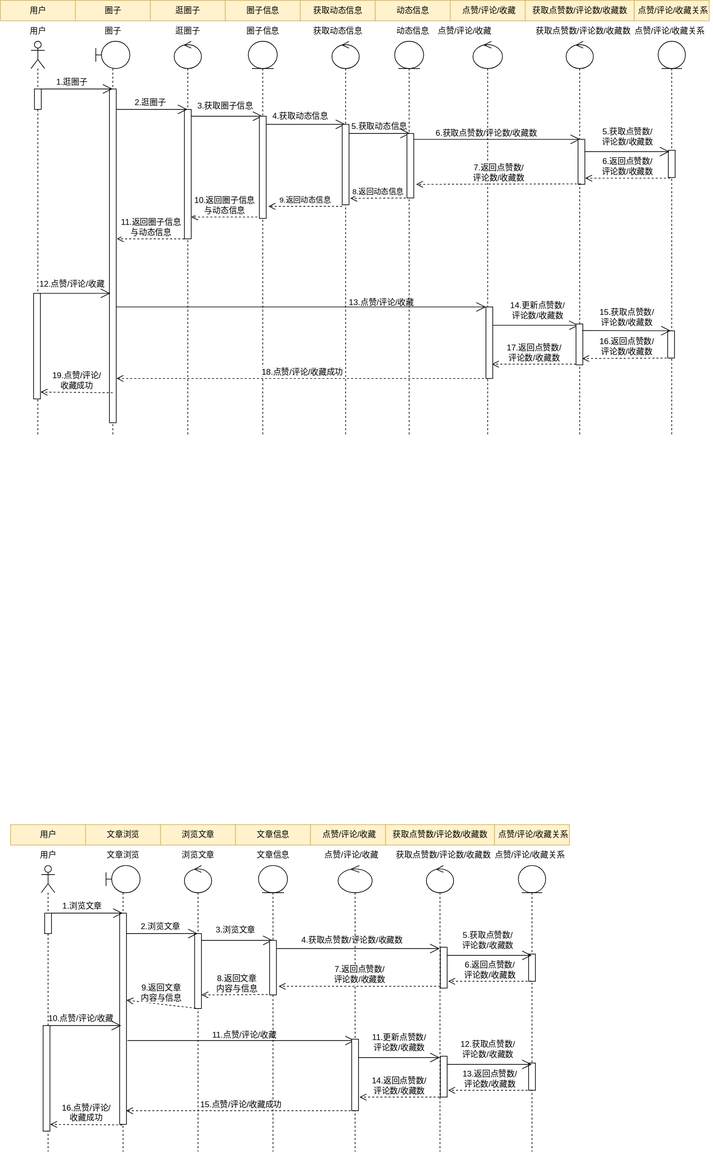
The draw.io diagram 文章浏览序列图.drawio.svg in WuShangMo/SquidGame1, before a commit. Source tidied: cells renumbered, new cells last; positions are measured from the earlier drawing's top-left corner, leaving out a move shared by most shapes.
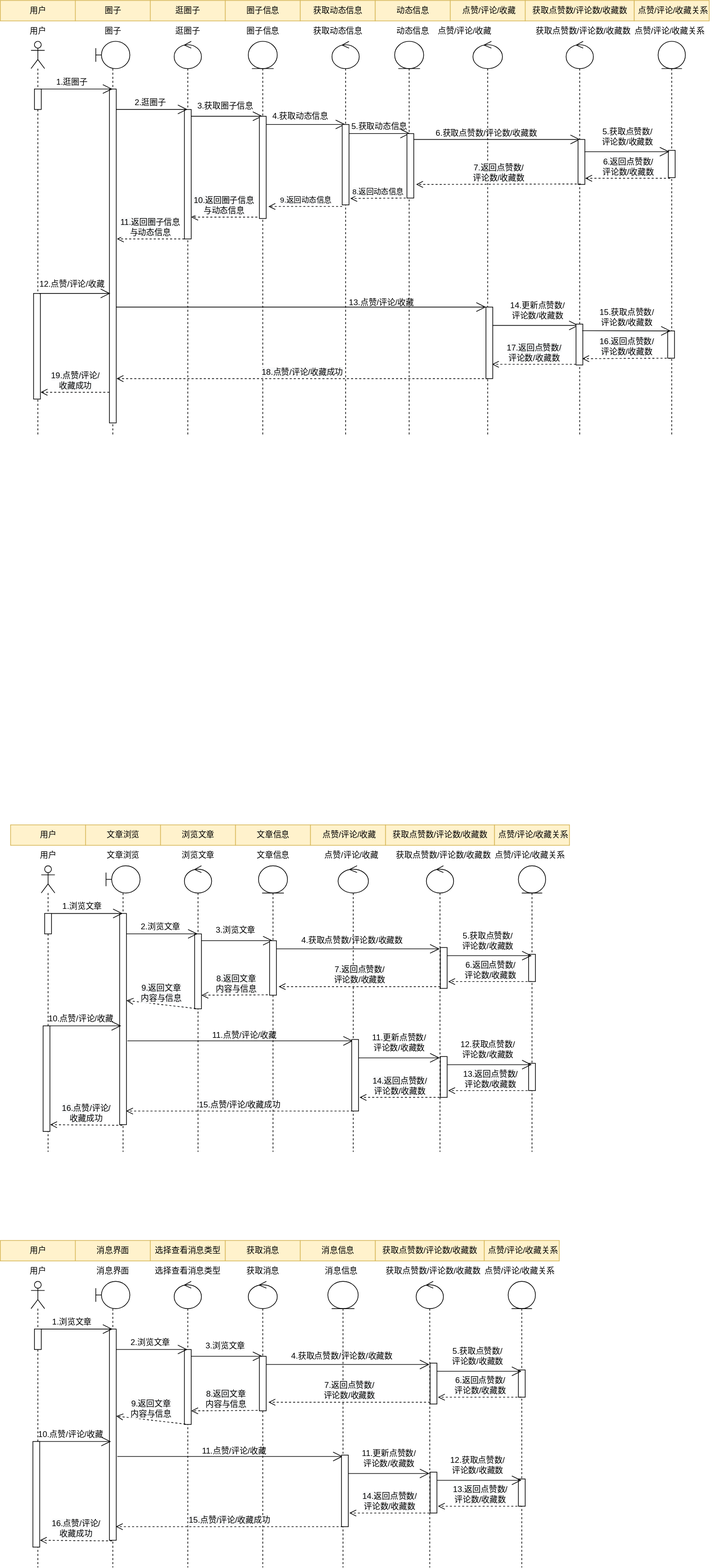
The same diagram one commit later.

Commit message:
更新文章浏览序列图.drawio.svg

Diff of the diagram source:
```diff
@@ -194,7 +194,7 @@
       <mxGeometry x="-81" y="234" width="120" height="30" as="geometry" />
     </mxCell>
     <mxCell id="57" style="shape=umlLifeline;participant=umlControl;perimeter=lifelinePerimeter;whiteSpace=wrap;html=1;verticalAlign=top;spacingTop=36;outlineConnect=0;" parent="1" vertex="1">
-      <mxGeometry x="495.5" y="1270" width="50" height="420" as="geometry" />
+      <mxGeometry x="495.5" y="1270" width="44.5" height="420" as="geometry" />
     </mxCell>
     <mxCell id="58" value="4.获取点赞数/评论数/收藏数" style="text;html=1;align=center;verticalAlign=middle;strokeColor=none;fillColor=none;" parent="57" vertex="1">
       <mxGeometry x="-65" y="95" width="170" height="30" as="geometry" />
@@ -457,9 +457,9 @@
         <mxPoint x="170.5" y="555" as="targetPoint" />
       </mxGeometry>
     </mxCell>
-    <mxCell id="126" value="&lt;span style=&quot;font-size: 12px; background-color: rgb(248, 249, 250);&quot;&gt;19.点赞/评论/&lt;br&gt;收藏成功&lt;/span&gt;" style="html=1;verticalAlign=bottom;endArrow=open;dashed=1;endSize=8;rounded=0;exitX=0.395;exitY=1.003;exitDx=0;exitDy=0;exitPerimeter=0;" parent="1" edge="1">
+    <mxCell id="126" value="&lt;span style=&quot;font-size: 12px; background-color: rgb(248, 249, 250);&quot;&gt;19.点赞/评论/&lt;br&gt;收藏成功&lt;/span&gt;" style="html=1;verticalAlign=bottom;endArrow=open;dashed=1;endSize=8;rounded=0;" parent="1" edge="1">
       <mxGeometry relative="1" as="geometry">
-        <mxPoint x="165" y="575.9" as="sourcePoint" />
+        <mxPoint x="160" y="575" as="sourcePoint" />
         <mxPoint x="59.1" y="575" as="targetPoint" />
       </mxGeometry>
     </mxCell>
@@ -478,5 +478,213 @@
         <mxPoint x="171" y="350" as="targetPoint" />
       </mxGeometry>
     </mxCell>
+    <mxCell id="130" value="用户" style="html=1;fillColor=#fff2cc;strokeColor=#d6b656;" parent="1" vertex="1">
+      <mxGeometry y="1820" width="110" height="30" as="geometry" />
+    </mxCell>
+    <mxCell id="131" value="消息界面" style="html=1;fillColor=#fff2cc;strokeColor=#d6b656;" parent="1" vertex="1">
+      <mxGeometry x="110" y="1820" width="110" height="30" as="geometry" />
+    </mxCell>
+    <mxCell id="132" value="选择查看消息类型" style="html=1;fillColor=#fff2cc;strokeColor=#d6b656;" parent="1" vertex="1">
+      <mxGeometry x="220" y="1820" width="110" height="30" as="geometry" />
+    </mxCell>
+    <mxCell id="133" value="获取消息" style="html=1;fillColor=#fff2cc;strokeColor=#d6b656;" parent="1" vertex="1">
+      <mxGeometry x="330" y="1820" width="110" height="30" as="geometry" />
+    </mxCell>
+    <mxCell id="134" value="获取点赞数/评论数/收藏数" style="html=1;fillColor=#fff2cc;strokeColor=#d6b656;" parent="1" vertex="1">
+      <mxGeometry x="550" y="1820" width="160" height="30" as="geometry" />
+    </mxCell>
+    <mxCell id="135" value="&amp;nbsp;点赞/评论/收藏关系" style="html=1;fillColor=#fff2cc;strokeColor=#d6b656;" parent="1" vertex="1">
+      <mxGeometry x="710" y="1820" width="110" height="30" as="geometry" />
+    </mxCell>
+    <mxCell id="136" value="消息信息" style="html=1;fillColor=#fff2cc;strokeColor=#d6b656;" parent="1" vertex="1">
+      <mxGeometry x="440" y="1820" width="110" height="30" as="geometry" />
+    </mxCell>
+    <mxCell id="137" style="shape=umlLifeline;participant=umlBoundary;perimeter=lifelinePerimeter;whiteSpace=wrap;html=1;verticalAlign=top;spacingTop=36;outlineConnect=0;" parent="1" vertex="1">
+      <mxGeometry x="140" y="1880" width="50" height="420" as="geometry" />
+    </mxCell>
+    <mxCell id="138" style="html=1;points=[];perimeter=orthogonalPerimeter;" parent="137" vertex="1">
+      <mxGeometry x="20" y="70" width="10" height="310" as="geometry" />
+    </mxCell>
+    <mxCell id="139" style="shape=umlLifeline;participant=umlControl;perimeter=lifelinePerimeter;whiteSpace=wrap;html=1;verticalAlign=top;spacingTop=36;" parent="1" vertex="1">
+      <mxGeometry x="255" y="1880" width="40" height="420" as="geometry" />
+    </mxCell>
+    <mxCell id="140" style="html=1;perimeter=orthogonalPerimeter;" parent="139" vertex="1">
+      <mxGeometry x="15" y="100" width="10" height="110" as="geometry" />
+    </mxCell>
+    <mxCell id="141" value="&lt;span style=&quot;font-size: 12px; background-color: rgb(248, 249, 250);&quot;&gt;8.返回文章&lt;br&gt;内容与信息&lt;/span&gt;" style="html=1;verticalAlign=bottom;endArrow=open;dashed=1;endSize=8;rounded=0;exitX=0.333;exitY=0.992;exitDx=0;exitDy=0;exitPerimeter=0;" parent="139" edge="1" source="173">
+      <mxGeometry relative="1" as="geometry">
+        <mxPoint x="25" y="190" as="targetPoint" />
+      </mxGeometry>
+    </mxCell>
+    <mxCell id="142" style="shape=umlLifeline;participant=umlControl;perimeter=lifelinePerimeter;whiteSpace=wrap;html=1;verticalAlign=top;spacingTop=36;" parent="1" vertex="1">
+      <mxGeometry x="363.8" y="1880" width="42.5" height="420" as="geometry" />
+    </mxCell>
+    <mxCell id="143" value="11.点赞/评论/收藏" style="text;html=1;align=center;verticalAlign=middle;strokeColor=none;fillColor=none;" parent="142" vertex="1">
+      <mxGeometry x="-81" y="234" width="120" height="30" as="geometry" />
+    </mxCell>
+    <mxCell id="144" style="shape=umlLifeline;participant=umlEntity;perimeter=lifelinePerimeter;whiteSpace=wrap;html=1;verticalAlign=top;spacingTop=36;outlineConnect=0;" parent="1" vertex="1">
+      <mxGeometry x="480.5" y="1880" width="44.5" height="420" as="geometry" />
+    </mxCell>
+    <mxCell id="145" value="4.获取点赞数/评论数/收藏数" style="text;html=1;align=center;verticalAlign=middle;strokeColor=none;fillColor=none;" parent="144" vertex="1">
+      <mxGeometry x="-65" y="95" width="170" height="30" as="geometry" />
+    </mxCell>
+    <mxCell id="146" style="endArrow=open;endFill=1;endSize=12;html=1;rounded=0;jumpSize=10;" parent="144" edge="1" target="144">
+      <mxGeometry relative="1" as="geometry">
+        <mxPoint x="-309" y="257" as="sourcePoint" />
+      </mxGeometry>
+    </mxCell>
+    <mxCell id="147" style="html=1;points=[];perimeter=orthogonalPerimeter;" parent="144" vertex="1">
+      <mxGeometry x="20" y="255" width="10" height="105" as="geometry" />
+    </mxCell>
+    <mxCell id="148" style="shape=umlLifeline;participant=umlEntity;perimeter=lifelinePerimeter;whiteSpace=wrap;html=1;verticalAlign=top;spacingTop=36;outlineConnect=0;" parent="1" vertex="1">
+      <mxGeometry x="745" y="1880" width="40" height="420" as="geometry" />
+    </mxCell>
+    <mxCell id="149" style="html=1;perimeter=orthogonalPerimeter;" parent="148" vertex="1">
+      <mxGeometry x="15" y="130" width="10" height="40" as="geometry" />
+    </mxCell>
+    <mxCell id="150" style="html=1;perimeter=orthogonalPerimeter;" parent="148" vertex="1">
+      <mxGeometry x="15" y="290" width="10" height="40" as="geometry" />
+    </mxCell>
+    <mxCell id="151" style="endArrow=open;endFill=1;endSize=12;html=1;rounded=0;" parent="148" edge="1" source="147">
+      <mxGeometry relative="1" as="geometry">
+        <mxPoint x="-115.5" y="282" as="targetPoint" />
+      </mxGeometry>
+    </mxCell>
+    <mxCell id="152" style="html=1;perimeter=orthogonalPerimeter;" parent="148" vertex="1">
+      <mxGeometry x="-114.5" y="280" width="10" height="60" as="geometry" />
+    </mxCell>
+    <mxCell id="153" style="endArrow=open;endFill=1;endSize=12;html=1;rounded=0;exitX=1;exitY=0.094;exitDx=0;exitDy=0;exitPerimeter=0;" parent="148" edge="1">
+      <mxGeometry relative="1" as="geometry">
+        <mxPoint x="-104.5" y="292" as="sourcePoint" />
+        <mxPoint x="19.5" y="292" as="targetPoint" />
+      </mxGeometry>
+    </mxCell>
+    <mxCell id="154" value="12.获取点赞数/&lt;br&gt;评论数/收藏数" style="text;html=1;align=center;verticalAlign=middle;strokeColor=none;fillColor=none;" parent="148" vertex="1">
+      <mxGeometry x="-95" y="250" width="100" height="40" as="geometry" />
+    </mxCell>
+    <mxCell id="155" value="&lt;span style=&quot;font-size: 12px; background-color: rgb(248, 249, 250);&quot;&gt;13.返回点赞数/&lt;/span&gt;&lt;br style=&quot;font-size: 12px; background-color: rgb(248, 249, 250);&quot;&gt;&lt;span style=&quot;font-size: 12px; background-color: rgb(248, 249, 250);&quot;&gt;评论数/收藏数&lt;/span&gt;" style="html=1;verticalAlign=bottom;endArrow=open;dashed=1;endSize=8;rounded=0;" parent="148" edge="1">
+      <mxGeometry relative="1" as="geometry">
+        <mxPoint x="19.5" y="330" as="sourcePoint" />
+        <mxPoint x="-103" y="330" as="targetPoint" />
+      </mxGeometry>
+    </mxCell>
+    <mxCell id="156" value="&lt;span style=&quot;font-size: 12px; background-color: rgb(248, 249, 250);&quot;&gt;14.返回点赞数/&lt;/span&gt;&lt;br style=&quot;font-size: 12px; background-color: rgb(248, 249, 250);&quot;&gt;&lt;span style=&quot;font-size: 12px; background-color: rgb(248, 249, 250);&quot;&gt;评论数/收藏数&lt;/span&gt;" style="html=1;verticalAlign=bottom;endArrow=open;dashed=1;endSize=8;rounded=0;" parent="148" edge="1" source="157">
+      <mxGeometry relative="1" as="geometry">
+        <mxPoint x="-233" y="340" as="targetPoint" />
+      </mxGeometry>
+    </mxCell>
+    <mxCell id="157" style="shape=umlLifeline;participant=umlControl;perimeter=lifelinePerimeter;whiteSpace=wrap;html=1;verticalAlign=top;spacingTop=36;outlineConnect=0;" parent="1" vertex="1">
+      <mxGeometry x="610" y="1880" width="40" height="420" as="geometry" />
+    </mxCell>
+    <mxCell id="158" value="消息界面" style="text;html=1;align=center;verticalAlign=middle;strokeColor=none;fillColor=none;" parent="1" vertex="1">
+      <mxGeometry x="130" y="1850" width="70" height="30" as="geometry" />
+    </mxCell>
+    <mxCell id="159" value="选择查看消息类型" style="text;html=1;align=center;verticalAlign=middle;strokeColor=none;fillColor=none;" parent="1" vertex="1">
+      <mxGeometry x="215" y="1850" width="120" height="30" as="geometry" />
+    </mxCell>
+    <mxCell id="160" value="获取消息" style="text;html=1;align=center;verticalAlign=middle;strokeColor=none;fillColor=none;" parent="1" vertex="1">
+      <mxGeometry x="350" y="1850" width="70" height="30" as="geometry" />
+    </mxCell>
+    <mxCell id="161" value="消息信息" style="text;html=1;align=center;verticalAlign=middle;strokeColor=none;fillColor=none;" parent="1" vertex="1">
+      <mxGeometry x="465" y="1850" width="70" height="30" as="geometry" />
+    </mxCell>
+    <mxCell id="162" value="获取点赞数/评论数/收藏数" style="text;html=1;align=center;verticalAlign=middle;strokeColor=none;fillColor=none;" parent="1" vertex="1">
+      <mxGeometry x="555" y="1850" width="160" height="30" as="geometry" />
+    </mxCell>
+    <mxCell id="163" value="&amp;nbsp;点赞/评论/收藏关系" style="text;html=1;align=center;verticalAlign=middle;strokeColor=none;fillColor=none;" parent="1" vertex="1">
+      <mxGeometry x="695" y="1850" width="130" height="30" as="geometry" />
+    </mxCell>
+    <mxCell id="164" style="shape=umlLifeline;participant=umlActor;perimeter=lifelinePerimeter;whiteSpace=wrap;html=1;verticalAlign=top;spacingTop=36;" parent="1" vertex="1">
+      <mxGeometry x="45" y="1880" width="20" height="420" as="geometry" />
+    </mxCell>
+    <mxCell id="165" style="html=1;perimeter=orthogonalPerimeter;" parent="164" vertex="1">
+      <mxGeometry x="5" y="70" width="10" height="30" as="geometry" />
+    </mxCell>
+    <mxCell id="166" value="用户" style="text;html=1;align=center;verticalAlign=middle;strokeColor=none;fillColor=none;" parent="1" vertex="1">
+      <mxGeometry x="30" y="1850" width="50" height="30" as="geometry" />
+    </mxCell>
+    <mxCell id="167" style="endArrow=open;endFill=1;endSize=12;html=1;rounded=0;" parent="1" edge="1" target="137">
+      <mxGeometry relative="1" as="geometry">
+        <mxPoint x="60" y="1950" as="sourcePoint" />
+      </mxGeometry>
+    </mxCell>
+    <mxCell id="168" value="1.浏览文章" style="text;html=1;align=center;verticalAlign=middle;strokeColor=none;fillColor=none;" parent="1" vertex="1">
+      <mxGeometry x="65" y="1925" width="80" height="30" as="geometry" />
+    </mxCell>
+    <mxCell id="169" style="endArrow=open;endFill=1;endSize=12;html=1;rounded=0;exitX=1;exitY=0.094;exitDx=0;exitDy=0;exitPerimeter=0;" parent="1" edge="1">
+      <mxGeometry relative="1" as="geometry">
+        <mxPoint x="170" y="1980" as="sourcePoint" />
+        <mxPoint x="274.5" y="1980" as="targetPoint" />
+      </mxGeometry>
+    </mxCell>
+    <mxCell id="170" value="2.浏览文章" style="text;html=1;align=center;verticalAlign=middle;strokeColor=none;fillColor=none;" parent="1" vertex="1">
+      <mxGeometry x="180" y="1955" width="80" height="30" as="geometry" />
+    </mxCell>
+    <mxCell id="171" style="endArrow=open;endFill=1;endSize=12;html=1;rounded=0;exitX=1;exitY=0.094;exitDx=0;exitDy=0;exitPerimeter=0;" parent="1" edge="1">
+      <mxGeometry relative="1" as="geometry">
+        <mxPoint x="280" y="1990" as="sourcePoint" />
+        <mxPoint x="384.5" y="1990" as="targetPoint" />
+      </mxGeometry>
+    </mxCell>
+    <mxCell id="172" value="3.浏览文章" style="text;html=1;align=center;verticalAlign=middle;strokeColor=none;fillColor=none;" parent="1" vertex="1">
+      <mxGeometry x="290" y="1960" width="80" height="30" as="geometry" />
+    </mxCell>
+    <mxCell id="173" style="html=1;points=[];perimeter=orthogonalPerimeter;" parent="1" vertex="1">
+      <mxGeometry x="380" y="1990" width="10" height="80" as="geometry" />
+    </mxCell>
+    <mxCell id="174" style="endArrow=open;endFill=1;endSize=12;html=1;rounded=0;exitX=1;exitY=0.094;exitDx=0;exitDy=0;exitPerimeter=0;" parent="1" edge="1" target="157">
+      <mxGeometry relative="1" as="geometry">
+        <mxPoint x="390" y="2002" as="sourcePoint" />
+      </mxGeometry>
+    </mxCell>
+    <mxCell id="175" style="html=1;points=[];perimeter=orthogonalPerimeter;" parent="1" vertex="1">
+      <mxGeometry x="630.5" y="2000" width="10" height="60" as="geometry" />
+    </mxCell>
+    <mxCell id="176" style="endArrow=open;endFill=1;endSize=12;html=1;rounded=0;exitX=1;exitY=0.094;exitDx=0;exitDy=0;exitPerimeter=0;" parent="1" edge="1" target="148">
+      <mxGeometry relative="1" as="geometry">
+        <mxPoint x="640.5" y="2012" as="sourcePoint" />
+      </mxGeometry>
+    </mxCell>
+    <mxCell id="177" value="5.获取点赞数/&lt;br&gt;评论数/收藏数" style="text;html=1;align=center;verticalAlign=middle;strokeColor=none;fillColor=none;" parent="1" vertex="1">
+      <mxGeometry x="650" y="1970" width="100" height="40" as="geometry" />
+    </mxCell>
+    <mxCell id="178" value="&lt;span style=&quot;font-size: 12px; background-color: rgb(248, 249, 250);&quot;&gt;6.返回点赞数/&lt;/span&gt;&lt;br style=&quot;font-size: 12px; background-color: rgb(248, 249, 250);&quot;&gt;&lt;span style=&quot;font-size: 12px; background-color: rgb(248, 249, 250);&quot;&gt;评论数/收藏数&lt;/span&gt;" style="html=1;verticalAlign=bottom;endArrow=open;dashed=1;endSize=8;rounded=0;" parent="1" edge="1" source="148">
+      <mxGeometry relative="1" as="geometry">
+        <mxPoint x="642" y="2050" as="targetPoint" />
+      </mxGeometry>
+    </mxCell>
+    <mxCell id="179" value="&lt;span style=&quot;font-size: 12px; background-color: rgb(248, 249, 250);&quot;&gt;7.返回点赞数/&lt;/span&gt;&lt;br style=&quot;font-size: 12px; background-color: rgb(248, 249, 250);&quot;&gt;&lt;span style=&quot;font-size: 12px; background-color: rgb(248, 249, 250);&quot;&gt;评论数/收藏数&lt;/span&gt;" style="html=1;verticalAlign=bottom;endArrow=open;dashed=1;endSize=8;rounded=0;entryX=1.333;entryY=0.842;entryDx=0;entryDy=0;entryPerimeter=0;" parent="1" edge="1" source="175" target="173">
+      <mxGeometry relative="1" as="geometry" />
+    </mxCell>
+    <mxCell id="180" value="&lt;span style=&quot;font-size: 12px; background-color: rgb(248, 249, 250);&quot;&gt;9.返回文章&lt;br&gt;内容与信息&lt;/span&gt;" style="html=1;verticalAlign=bottom;endArrow=open;dashed=1;endSize=8;rounded=0;exitX=0.333;exitY=0.992;exitDx=0;exitDy=0;exitPerimeter=0;entryX=1;entryY=0.412;entryDx=0;entryDy=0;entryPerimeter=0;" parent="1" edge="1" target="138">
+      <mxGeometry relative="1" as="geometry">
+        <mxPoint x="271.7" y="2089.5" as="sourcePoint" />
+      </mxGeometry>
+    </mxCell>
+    <mxCell id="181" style="html=1;perimeter=orthogonalPerimeter;" parent="1" vertex="1">
+      <mxGeometry x="47.8" y="2115" width="10" height="155" as="geometry" />
+    </mxCell>
+    <mxCell id="182" style="endArrow=open;endFill=1;endSize=12;html=1;rounded=0;" parent="1" edge="1">
+      <mxGeometry relative="1" as="geometry">
+        <mxPoint x="57.8" y="2115" as="sourcePoint" />
+        <mxPoint x="162.2" y="2115" as="targetPoint" />
+      </mxGeometry>
+    </mxCell>
+    <mxCell id="183" value="10.点赞/评论/收藏" style="text;html=1;align=center;verticalAlign=middle;strokeColor=none;fillColor=none;" parent="1" vertex="1">
+      <mxGeometry x="42.8" y="2090" width="120" height="30" as="geometry" />
+    </mxCell>
+    <mxCell id="184" value="11.更新点赞数/&lt;br&gt;评论数/收藏数" style="text;html=1;align=center;verticalAlign=middle;strokeColor=none;fillColor=none;" parent="1" vertex="1">
+      <mxGeometry x="520" y="2120" width="100" height="40" as="geometry" />
+    </mxCell>
+    <mxCell id="185" value="&lt;span style=&quot;font-size: 12px; background-color: rgb(248, 249, 250);&quot;&gt;15.点赞/评论/收藏成功&lt;/span&gt;" style="html=1;verticalAlign=bottom;endArrow=open;dashed=1;endSize=8;rounded=0;" parent="1" edge="1" source="144">
+      <mxGeometry relative="1" as="geometry">
+        <mxPoint x="169.5" y="2240" as="targetPoint" />
+      </mxGeometry>
+    </mxCell>
+    <mxCell id="186" value="&lt;span style=&quot;font-size: 12px; background-color: rgb(248, 249, 250);&quot;&gt;16.点赞/评论/&lt;br&gt;收藏成功&lt;/span&gt;" style="html=1;verticalAlign=bottom;endArrow=open;dashed=1;endSize=8;rounded=0;exitX=0.395;exitY=1.003;exitDx=0;exitDy=0;exitPerimeter=0;" parent="1" edge="1" source="138">
+      <mxGeometry relative="1" as="geometry">
+        <mxPoint x="58.1" y="2260" as="targetPoint" />
+      </mxGeometry>
+    </mxCell>
   </root>
 </mxGraphModel>
```
